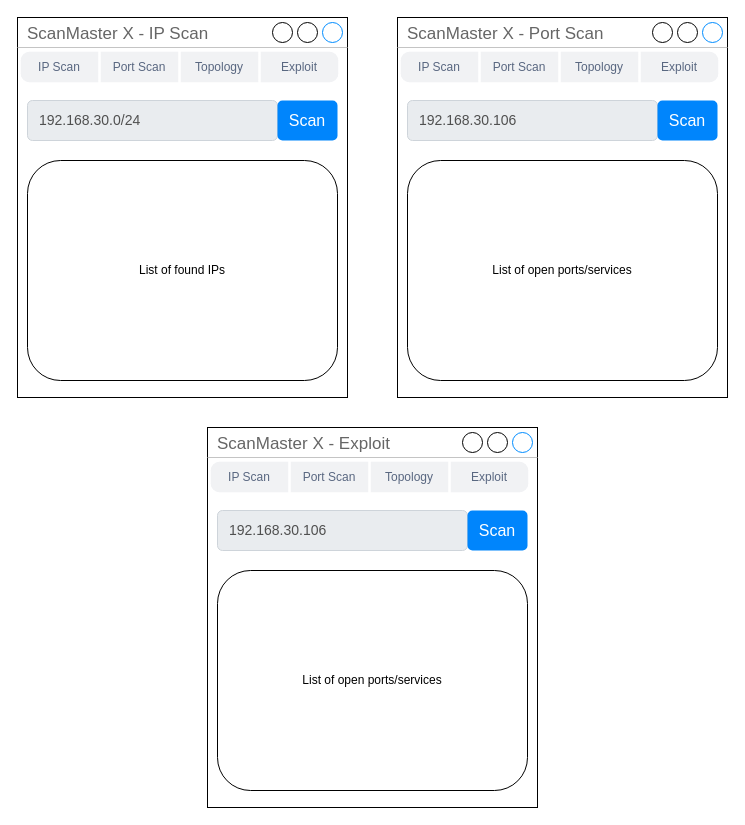
Above: Eric/UI_rough_draft.drawio in Sanmeet-EWU/github-teams-project-bid-uwultimate-stardust-crusaders (draw.io), before the change. Source tidied: cells renumbered, new cells numbered last; positions are measured from the earlier drawing's top-left corner, leaving out a move shared by most shapes. Both pictures are drawn from the tidied source at 100%, with x=0, y=0 at pixel (17, 17).
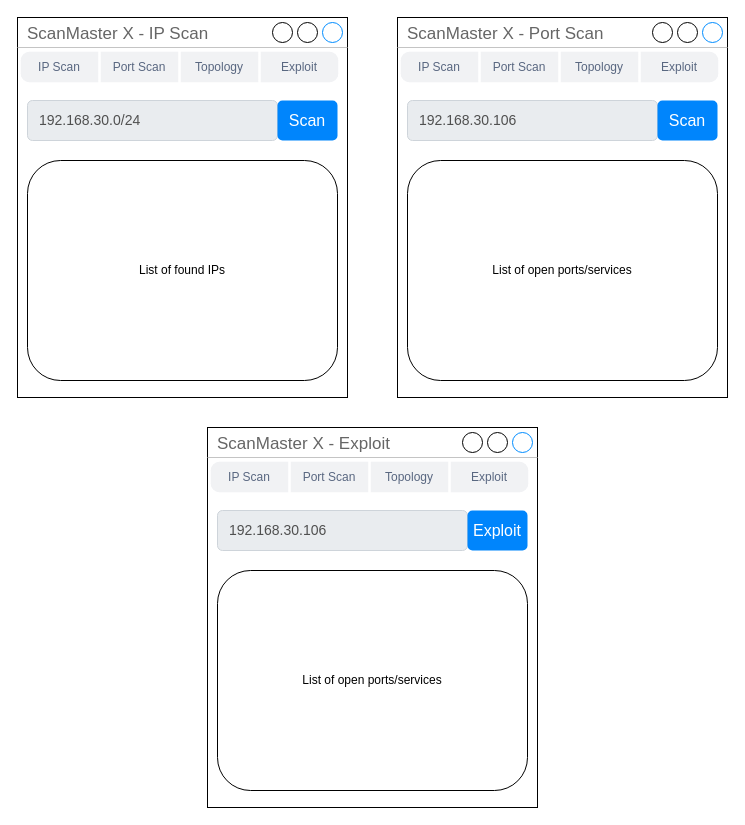
After the change.

Commit message (it also covers changes not shown here):
Fixed small detail in UI rough draft

Diff of the diagram source:
```diff
@@
-    <mxCell id="27" value="Scan" style="html=1;shadow=0;dashed=0;shape=mxgraph.bootstrap.rrect;rSize=5;strokeColor=none;strokeWidth=1;fillColor=#0085FC;fontColor=#FFFFFF;whiteSpace=wrap;align=center;verticalAlign=middle;spacingLeft=0;fontStyle=0;fontSize=16;spacing=5;" parent="1" vertex="1">
+    <mxCell id="27" value="Exploit" style="html=1;shadow=0;dashed=0;shape=mxgraph.bootstrap.rrect;rSize=5;strokeColor=none;strokeWidth=1;fillColor=#0085FC;fontColor=#FFFFFF;whiteSpace=wrap;align=center;verticalAlign=middle;spacingLeft=0;fontStyle=0;fontSize=16;spacing=5;" parent="1" vertex="1">
       <mxGeometry x="450" y="493" width="60" height="40" as="geometry" />
     </mxCell>
```
